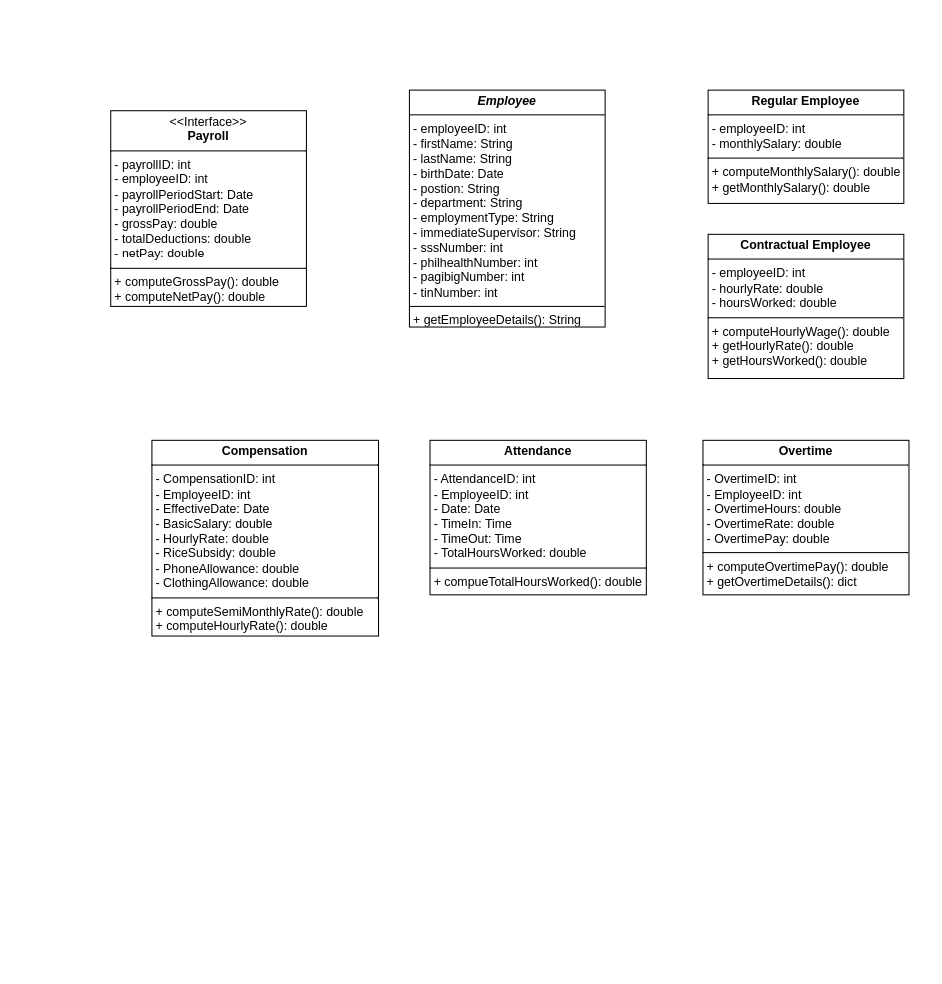
This is src/Untitled Diagram.drawio from rmanalaysay/Homework-4-Implementing-Abstraction-in-Java, a draw.io file, before an edit. Source tidied: cells renumbered, new cells numbered last; positions are measured from the earlier drawing's top-left corner, leaving out a move shared by most shapes. Both pictures are drawn from the tidied source at 103%, with x=0, y=0 at pixel (110, 90).
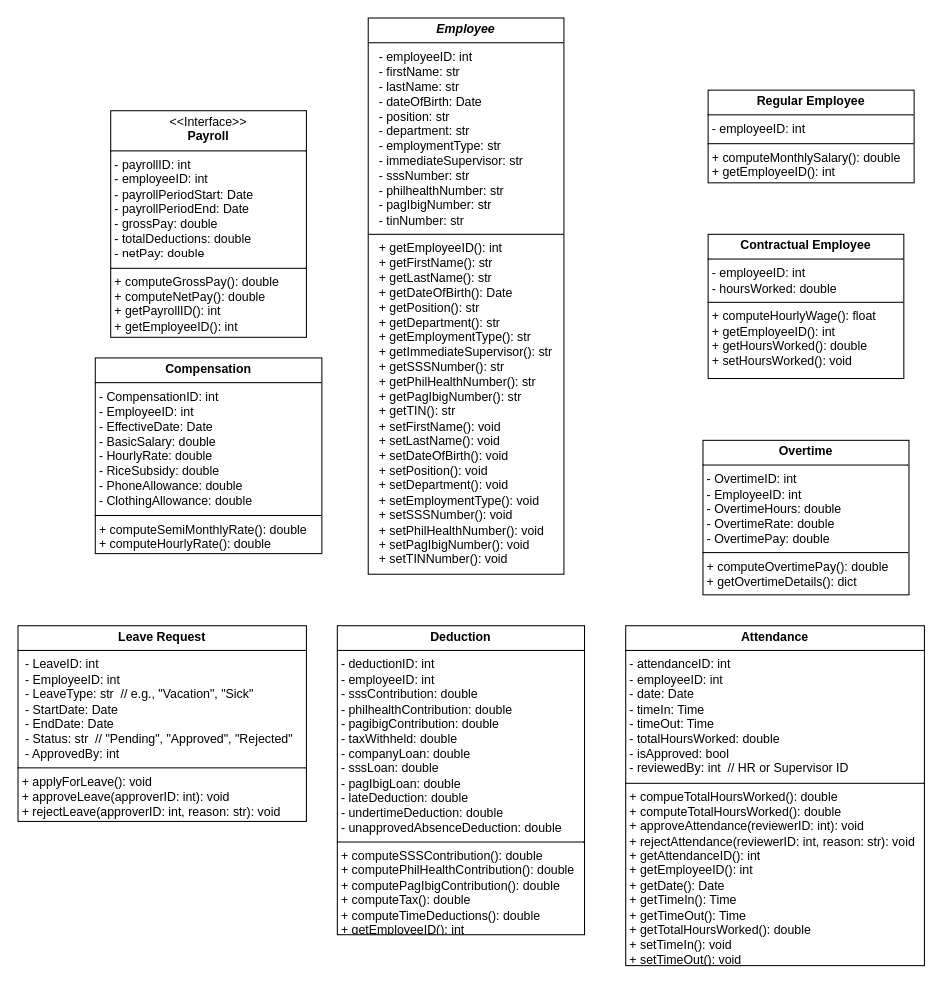
The same diagram, later.

What changed in the source:
```diff
@@
 <mxGraphModel>
   <root>
     <mxCell id="0" />
     <mxCell id="1" parent="0" />
-    <mxCell id="2" value="&lt;p style=&quot;margin:0px;margin-top:4px;text-align:center;&quot;&gt;&lt;b&gt;&lt;i&gt;Employee&lt;/i&gt;&lt;/b&gt;&lt;/p&gt;&lt;hr size=&quot;1&quot; style=&quot;border-style:solid;&quot;&gt;&lt;p style=&quot;margin:0px;margin-left:4px;&quot;&gt;- employeeID: int&lt;/p&gt;&lt;p style=&quot;margin:0px;margin-left:4px;&quot;&gt;- firstName: String&lt;/p&gt;&lt;p style=&quot;margin:0px;margin-left:4px;&quot;&gt;- lastName: String&lt;/p&gt;&lt;p style=&quot;margin:0px;margin-left:4px;&quot;&gt;- birthDate: Date&lt;/p&gt;&lt;p style=&quot;margin:0px;margin-left:4px;&quot;&gt;- postion: String&lt;/p&gt;&lt;p style=&quot;margin:0px;margin-left:4px;&quot;&gt;- department: String&lt;/p&gt;&lt;p style=&quot;margin:0px;margin-left:4px;&quot;&gt;- employmentType: String&amp;nbsp;&lt;/p&gt;&lt;p style=&quot;margin:0px;margin-left:4px;&quot;&gt;- immediateSupervisor: String&lt;/p&gt;&lt;p style=&quot;margin:0px;margin-left:4px;&quot;&gt;- sssNumber: int&lt;/p&gt;&lt;p style=&quot;margin:0px;margin-left:4px;&quot;&gt;- philhealthNumber: int&lt;/p&gt;&lt;p style=&quot;margin:0px;margin-left:4px;&quot;&gt;- pagibigNumber: int&lt;/p&gt;&lt;p style=&quot;margin:0px;margin-left:4px;&quot;&gt;- tinNumber: int&lt;/p&gt;&lt;hr size=&quot;1&quot; style=&quot;border-style:solid;&quot;&gt;&lt;p style=&quot;margin:0px;margin-left:4px;&quot;&gt;+ getEmployeeDetails(): String&lt;/p&gt;" style="verticalAlign=top;align=left;overflow=fill;html=1;whiteSpace=wrap;" parent="1" vertex="1">
-      <mxGeometry x="290" width="190" height="230" as="geometry" />
+    <mxCell id="2" value="&lt;p style=&quot;margin:0px;margin-top:4px;text-align:center;&quot;&gt;&lt;b&gt;&lt;i&gt;Employee&lt;/i&gt;&lt;/b&gt;&lt;/p&gt;&lt;hr size=&quot;1&quot; style=&quot;border-style:solid;&quot;&gt;&lt;p style=&quot;margin:0px;margin-left:4px;&quot;&gt;&amp;nbsp; - employeeID: int &amp;nbsp;&lt;/p&gt;&lt;p style=&quot;margin:0px;margin-left:4px;&quot;&gt;&amp;nbsp; - firstName: str &amp;nbsp;&lt;/p&gt;&lt;p style=&quot;margin:0px;margin-left:4px;&quot;&gt;&amp;nbsp; - lastName: str &amp;nbsp;&lt;/p&gt;&lt;p style=&quot;margin:0px;margin-left:4px;&quot;&gt;&amp;nbsp; - dateOfBirth: Date &amp;nbsp;&lt;/p&gt;&lt;p style=&quot;margin:0px;margin-left:4px;&quot;&gt;&amp;nbsp; - position: str &amp;nbsp;&lt;/p&gt;&lt;p style=&quot;margin:0px;margin-left:4px;&quot;&gt;&amp;nbsp; - department: str &amp;nbsp;&lt;/p&gt;&lt;p style=&quot;margin:0px;margin-left:4px;&quot;&gt;&amp;nbsp; - employmentType: str &amp;nbsp;&lt;/p&gt;&lt;p style=&quot;margin:0px;margin-left:4px;&quot;&gt;&amp;nbsp; - immedi&lt;span style=&quot;white-space: pre;&quot;&gt;ateSupervisor: str&lt;/span&gt;&lt;/p&gt;&lt;p style=&quot;margin:0px;margin-left:4px;&quot;&gt;&amp;nbsp; - sssNumber: str &amp;nbsp;&lt;/p&gt;&lt;p style=&quot;margin:0px;margin-left:4px;&quot;&gt;&amp;nbsp; - philhealthNumber: str &amp;nbsp;&lt;/p&gt;&lt;p style=&quot;margin:0px;margin-left:4px;&quot;&gt;&amp;nbsp; - pagIbigNumber: str &amp;nbsp;&lt;/p&gt;&lt;p style=&quot;margin:0px;margin-left:4px;&quot;&gt;&amp;nbsp; - tinNumber: str &amp;nbsp;&lt;/p&gt;&lt;hr size=&quot;1&quot; style=&quot;border-style:solid;&quot;&gt;&lt;p style=&quot;margin: 0px 0px 0px 4px;&quot;&gt;&amp;nbsp; + getEmployeeID(): int &amp;nbsp;&lt;br&gt;&lt;/p&gt;&lt;p style=&quot;margin: 0px 0px 0px 4px;&quot;&gt;&amp;nbsp; + getFirstName(): str &amp;nbsp;&lt;/p&gt;&lt;p style=&quot;margin: 0px 0px 0px 4px;&quot;&gt;&amp;nbsp; + getLastName(): str &amp;nbsp;&lt;/p&gt;&lt;p style=&quot;margin: 0px 0px 0px 4px;&quot;&gt;&amp;nbsp; + getDateOfBirth(): Date &amp;nbsp;&lt;/p&gt;&lt;p style=&quot;margin: 0px 0px 0px 4px;&quot;&gt;&amp;nbsp; + getPosition(): str &amp;nbsp;&lt;/p&gt;&lt;p style=&quot;margin: 0px 0px 0px 4px;&quot;&gt;&amp;nbsp; + getDepartment(): str &amp;nbsp;&lt;/p&gt;&lt;p style=&quot;margin: 0px 0px 0px 4px;&quot;&gt;&amp;nbsp; + getEmploymentType(): str&amp;nbsp;&lt;/p&gt;&lt;p style=&quot;margin: 0px 0px 0px 4px;&quot;&gt;&amp;nbsp; + getImmediateSupervisor(): str&amp;nbsp;&lt;/p&gt;&lt;p style=&quot;margin: 0px 0px 0px 4px;&quot;&gt;&amp;nbsp; + getSSSNumber(): str &amp;nbsp;&lt;/p&gt;&lt;p style=&quot;margin: 0px 0px 0px 4px;&quot;&gt;&amp;nbsp; + getPhilHealthNumber(): str &amp;nbsp;&lt;/p&gt;&lt;p style=&quot;margin: 0px 0px 0px 4px;&quot;&gt;&amp;nbsp; + getPagIbigNumber(): str &amp;nbsp;&lt;/p&gt;&lt;p style=&quot;margin: 0px 0px 0px 4px;&quot;&gt;&amp;nbsp; + getTIN(): str &amp;nbsp;&lt;/p&gt;&lt;p style=&quot;margin: 0px 0px 0px 4px;&quot;&gt;&amp;nbsp; + setFirstName(): void &amp;nbsp;&lt;/p&gt;&lt;p style=&quot;margin: 0px 0px 0px 4px;&quot;&gt;&amp;nbsp; + setLastName(): void &amp;nbsp;&lt;/p&gt;&lt;p style=&quot;margin: 0px 0px 0px 4px;&quot;&gt;&amp;nbsp; + setDateOfBirth(): void &amp;nbsp;&lt;/p&gt;&lt;p style=&quot;margin: 0px 0px 0px 4px;&quot;&gt;&amp;nbsp; + setPosition(): void &amp;nbsp;&lt;/p&gt;&lt;p style=&quot;margin: 0px 0px 0px 4px;&quot;&gt;&amp;nbsp; + setDepartment(): void &amp;nbsp;&lt;/p&gt;&lt;p style=&quot;margin: 0px 0px 0px 4px;&quot;&gt;&amp;nbsp; + setEmploymentType(): void &amp;nbsp;&lt;/p&gt;&lt;p style=&quot;margin: 0px 0px 0px 4px;&quot;&gt;&amp;nbsp; + setSSSNumber(): void &amp;nbsp;&lt;/p&gt;&lt;p style=&quot;margin: 0px 0px 0px 4px;&quot;&gt;&amp;nbsp; + setPhilHealthNumber(): void &amp;nbsp;&lt;/p&gt;&lt;p style=&quot;margin: 0px 0px 0px 4px;&quot;&gt;&amp;nbsp; + setPagIbigNumber(): void &amp;nbsp;&lt;/p&gt;&lt;p style=&quot;margin: 0px 0px 0px 4px;&quot;&gt;&amp;nbsp; + setTINNumber(): void&lt;/p&gt;" style="verticalAlign=top;align=left;overflow=fill;html=1;whiteSpace=wrap;" parent="1" vertex="1">
+      <mxGeometry x="250" y="-70" width="190" height="540" as="geometry" />
     </mxCell>
-    <mxCell id="3" value="&lt;p style=&quot;margin:0px;margin-top:4px;text-align:center;&quot;&gt;&amp;lt;&amp;lt;Interface&amp;gt;&amp;gt;&lt;br&gt;&lt;b&gt;Payroll&lt;/b&gt;&lt;/p&gt;&lt;hr size=&quot;1&quot; style=&quot;border-style:solid;&quot;&gt;&lt;p style=&quot;margin:0px;margin-left:4px;&quot;&gt;- payrollID: int&lt;br&gt;- employeeID: int&lt;/p&gt;&lt;p style=&quot;margin:0px;margin-left:4px;&quot;&gt;- payrollPeriodStart: Date&lt;/p&gt;&lt;p style=&quot;margin:0px;margin-left:4px;&quot;&gt;- payrollPeriodEnd: Date&lt;/p&gt;&lt;p style=&quot;margin:0px;margin-left:4px;&quot;&gt;- grossPay: double&lt;/p&gt;&lt;p style=&quot;margin:0px;margin-left:4px;&quot;&gt;- totalDeductions: double&lt;/p&gt;&lt;p style=&quot;margin:0px;margin-left:4px;&quot;&gt;- netPay: double&lt;/p&gt;&lt;hr size=&quot;1&quot; style=&quot;border-style:solid;&quot;&gt;&lt;p style=&quot;margin:0px;margin-left:4px;&quot;&gt;+ computeGrossPay(): double&lt;br&gt;+ computeNetPay(): double&lt;/p&gt;" style="verticalAlign=top;align=left;overflow=fill;html=1;whiteSpace=wrap;" parent="1" vertex="1">
-      <mxGeometry y="20" width="190" height="190" as="geometry" />
+    <mxCell id="3" value="&lt;p style=&quot;margin:0px;margin-top:4px;text-align:center;&quot;&gt;&amp;lt;&amp;lt;Interface&amp;gt;&amp;gt;&lt;br&gt;&lt;b&gt;Payroll&lt;/b&gt;&lt;/p&gt;&lt;hr size=&quot;1&quot; style=&quot;border-style:solid;&quot;&gt;&lt;p style=&quot;margin:0px;margin-left:4px;&quot;&gt;- payrollID: int&lt;br&gt;- employeeID: int&lt;/p&gt;&lt;p style=&quot;margin:0px;margin-left:4px;&quot;&gt;- payrollPeriodStart: Date&lt;/p&gt;&lt;p style=&quot;margin:0px;margin-left:4px;&quot;&gt;- payrollPeriodEnd: Date&lt;/p&gt;&lt;p style=&quot;margin:0px;margin-left:4px;&quot;&gt;- grossPay: double&lt;/p&gt;&lt;p style=&quot;margin:0px;margin-left:4px;&quot;&gt;- totalDeductions: double&lt;/p&gt;&lt;p style=&quot;margin:0px;margin-left:4px;&quot;&gt;- netPay: double&lt;/p&gt;&lt;hr size=&quot;1&quot; style=&quot;border-style:solid;&quot;&gt;&lt;p style=&quot;margin:0px;margin-left:4px;&quot;&gt;+ computeGrossPay(): double&lt;br&gt;+ computeNetPay(): double&lt;/p&gt;&lt;p style=&quot;margin:0px;margin-left:4px;&quot;&gt;+ getPayrollID(): int &amp;nbsp;&lt;/p&gt;&lt;p style=&quot;margin:0px;margin-left:4px;&quot;&gt;+ getEmployeeID(): int &amp;nbsp;&lt;/p&gt;" style="verticalAlign=top;align=left;overflow=fill;html=1;whiteSpace=wrap;" parent="1" vertex="1">
+      <mxGeometry y="20" width="190" height="220" as="geometry" />
     </mxCell>
-    <mxCell id="4" value="&lt;p style=&quot;margin:0px;margin-top:4px;text-align:center;&quot;&gt;&lt;b&gt;Regular Employee&lt;/b&gt;&lt;/p&gt;&lt;hr size=&quot;1&quot; style=&quot;border-style:solid;&quot;&gt;&lt;p style=&quot;margin:0px;margin-left:4px;&quot;&gt;- employeeID: int&lt;/p&gt;&lt;p style=&quot;margin:0px;margin-left:4px;&quot;&gt;- monthlySalary: double&lt;/p&gt;&lt;hr size=&quot;1&quot; style=&quot;border-style:solid;&quot;&gt;&lt;p style=&quot;margin:0px;margin-left:4px;&quot;&gt;+ computeMonthlySalary(): double&lt;/p&gt;&lt;p style=&quot;margin:0px;margin-left:4px;&quot;&gt;+ getMonthlySalary(): double&lt;/p&gt;&lt;p style=&quot;margin:0px;margin-left:4px;&quot;&gt;&lt;br&gt;&lt;/p&gt;" style="verticalAlign=top;align=left;overflow=fill;html=1;whiteSpace=wrap;" parent="1" vertex="1">
-      <mxGeometry x="580" width="190" height="110" as="geometry" />
+    <mxCell id="4" value="&lt;p style=&quot;margin:0px;margin-top:4px;text-align:center;&quot;&gt;&lt;b&gt;Regular Employee&lt;/b&gt;&lt;/p&gt;&lt;hr size=&quot;1&quot; style=&quot;border-style:solid;&quot;&gt;&lt;p style=&quot;margin:0px;margin-left:4px;&quot;&gt;- employeeID: int&lt;/p&gt;&lt;hr size=&quot;1&quot; style=&quot;border-style:solid;&quot;&gt;&lt;p style=&quot;margin:0px;margin-left:4px;&quot;&gt;+ computeMonthlySalary(): double &amp;nbsp;&lt;/p&gt;&lt;p style=&quot;margin:0px;margin-left:4px;&quot;&gt;+ getEmployeeID(): int&lt;/p&gt;&lt;p style=&quot;margin:0px;margin-left:4px;&quot;&gt;&lt;br&gt;&lt;/p&gt;" style="verticalAlign=top;align=left;overflow=fill;html=1;whiteSpace=wrap;" parent="1" vertex="1">
+      <mxGeometry x="580" width="200" height="90" as="geometry" />
     </mxCell>
-    <mxCell id="5" value="&lt;p style=&quot;margin:0px;margin-top:4px;text-align:center;&quot;&gt;&lt;b&gt;Contractual Employee&lt;/b&gt;&lt;/p&gt;&lt;hr size=&quot;1&quot; style=&quot;border-style:solid;&quot;&gt;&lt;p style=&quot;margin:0px;margin-left:4px;&quot;&gt;- employeeID: int&lt;/p&gt;&lt;p style=&quot;margin:0px;margin-left:4px;&quot;&gt;- hourlyRate: double&lt;/p&gt;&lt;p style=&quot;margin:0px;margin-left:4px;&quot;&gt;- hoursWorked: double&lt;/p&gt;&lt;hr size=&quot;1&quot; style=&quot;border-style:solid;&quot;&gt;&lt;p style=&quot;margin:0px;margin-left:4px;&quot;&gt;+ computeHourlyWage(): double&lt;/p&gt;&lt;p style=&quot;margin:0px;margin-left:4px;&quot;&gt;+ getHourlyRate(): double&lt;/p&gt;&lt;p style=&quot;margin:0px;margin-left:4px;&quot;&gt;+ getHoursWorked(): double&lt;/p&gt;&lt;p style=&quot;margin:0px;margin-left:4px;&quot;&gt;&lt;br&gt;&lt;/p&gt;" style="verticalAlign=top;align=left;overflow=fill;html=1;whiteSpace=wrap;" parent="1" vertex="1">
+    <mxCell id="5" value="&lt;p style=&quot;margin:0px;margin-top:4px;text-align:center;&quot;&gt;&lt;b&gt;Contractual Employee&lt;/b&gt;&lt;/p&gt;&lt;hr size=&quot;1&quot; style=&quot;border-style:solid;&quot;&gt;&lt;p style=&quot;margin:0px;margin-left:4px;&quot;&gt;- employeeID: int&lt;/p&gt;&lt;p style=&quot;margin:0px;margin-left:4px;&quot;&gt;- hoursWorked: double&lt;br&gt;&lt;/p&gt;&lt;hr size=&quot;1&quot; style=&quot;border-style:solid;&quot;&gt;&lt;p style=&quot;margin:0px;margin-left:4px;&quot;&gt;+ computeHourlyWage(): float &amp;nbsp;&lt;/p&gt;&lt;p style=&quot;margin:0px;margin-left:4px;&quot;&gt;+ getEmployeeID(): int&lt;/p&gt;&lt;p style=&quot;margin:0px;margin-left:4px;&quot;&gt;+ getHoursWorked(): double&lt;br&gt;&lt;/p&gt;&lt;p style=&quot;margin:0px;margin-left:4px;&quot;&gt;+ setHoursWorked(): void&lt;/p&gt;&lt;p style=&quot;margin:0px;margin-left:4px;&quot;&gt;&lt;br&gt;&lt;/p&gt;" style="verticalAlign=top;align=left;overflow=fill;html=1;whiteSpace=wrap;" parent="1" vertex="1">
       <mxGeometry x="580" y="140" width="190" height="140" as="geometry" />
     </mxCell>
     <mxCell id="6" value="&lt;p style=&quot;margin:0px;margin-top:4px;text-align:center;&quot;&gt;&lt;b&gt;Compensation&lt;/b&gt;&lt;/p&gt;&lt;hr size=&quot;1&quot; style=&quot;border-style:solid;&quot;&gt;&lt;p style=&quot;margin:0px;margin-left:4px;&quot;&gt;- CompensationID: int &amp;nbsp;&lt;/p&gt;&lt;p style=&quot;margin:0px;margin-left:4px;&quot;&gt;- EmployeeID: int &amp;nbsp;&lt;/p&gt;&lt;p style=&quot;margin:0px;margin-left:4px;&quot;&gt;- EffectiveDate: Date &amp;nbsp;&lt;/p&gt;&lt;p style=&quot;margin:0px;margin-left:4px;&quot;&gt;- BasicSalary: double &amp;nbsp;&lt;/p&gt;&lt;p style=&quot;margin:0px;margin-left:4px;&quot;&gt;- HourlyRate: double &amp;nbsp;&lt;/p&gt;&lt;p style=&quot;margin:0px;margin-left:4px;&quot;&gt;- RiceSubsidy: double &amp;nbsp;&lt;/p&gt;&lt;p style=&quot;margin:0px;margin-left:4px;&quot;&gt;- PhoneAllowance: double &amp;nbsp;&lt;/p&gt;&lt;p style=&quot;margin:0px;margin-left:4px;&quot;&gt;- ClothingAllowance: double&lt;/p&gt;&lt;hr size=&quot;1&quot; style=&quot;border-style:solid;&quot;&gt;&lt;p style=&quot;margin:0px;margin-left:4px;&quot;&gt;+ computeSemiMonthlyRate(): double &amp;nbsp;&lt;/p&gt;&lt;p style=&quot;margin:0px;margin-left:4px;&quot;&gt;+ computeHourlyRate(): double &amp;nbsp;&lt;/p&gt;" style="verticalAlign=top;align=left;overflow=fill;html=1;whiteSpace=wrap;" parent="1" vertex="1">
-      <mxGeometry x="40" y="340" width="220" height="190" as="geometry" />
+      <mxGeometry x="-15" y="260" width="220" height="190" as="geometry" />
     </mxCell>
     <mxCell id="7" style="edgeStyle=orthogonalEdgeStyle;rounded=0;orthogonalLoop=1;jettySize=auto;html=1;exitX=0.5;exitY=1;exitDx=0;exitDy=0;" parent="1" edge="1" source="6" target="6">
       <mxGeometry relative="1" as="geometry" />
     </mxCell>
     <mxCell id="8" value="&lt;p style=&quot;margin:0px;margin-top:4px;text-align:center;&quot;&gt;&lt;b&gt;Overtime&lt;/b&gt;&lt;/p&gt;&lt;hr size=&quot;1&quot; style=&quot;border-style:solid;&quot;&gt;&lt;p style=&quot;margin:0px;margin-left:4px;&quot;&gt;- OvertimeID: int &amp;nbsp;&lt;/p&gt;&lt;p style=&quot;margin:0px;margin-left:4px;&quot;&gt;- EmployeeID: int &amp;nbsp;&lt;/p&gt;&lt;p style=&quot;margin:0px;margin-left:4px;&quot;&gt;- OvertimeHours: double &amp;nbsp;&lt;/p&gt;&lt;p style=&quot;margin:0px;margin-left:4px;&quot;&gt;- OvertimeRate: double &amp;nbsp;&lt;/p&gt;&lt;p style=&quot;margin:0px;margin-left:4px;&quot;&gt;- OvertimePay: double&lt;/p&gt;&lt;hr size=&quot;1&quot; style=&quot;border-style:solid;&quot;&gt;&lt;p style=&quot;margin:0px;margin-left:4px;&quot;&gt;+ computeOvertimePay(): double&lt;/p&gt;&lt;p style=&quot;margin:0px;margin-left:4px;&quot;&gt;+ getOvertimeDetails(): dict&amp;nbsp;&lt;/p&gt;" style="verticalAlign=top;align=left;overflow=fill;html=1;whiteSpace=wrap;" parent="1" vertex="1">
       <mxGeometry x="575" y="340" width="200" height="150" as="geometry" />
     </mxCell>
-    <mxCell id="9" value="&lt;p style=&quot;margin:0px;margin-top:4px;text-align:center;&quot;&gt;&lt;b&gt;Attendance&lt;/b&gt;&lt;/p&gt;&lt;hr size=&quot;1&quot; style=&quot;border-style:solid;&quot;&gt;&lt;p style=&quot;margin:0px;margin-left:4px;&quot;&gt;- AttendanceID: int &amp;nbsp;&lt;/p&gt;&lt;p style=&quot;margin:0px;margin-left:4px;&quot;&gt;- EmployeeID: int &amp;nbsp;&lt;/p&gt;&lt;p style=&quot;margin:0px;margin-left:4px;&quot;&gt;- Date: Date &amp;nbsp;&lt;/p&gt;&lt;p style=&quot;margin:0px;margin-left:4px;&quot;&gt;- TimeIn: Time &amp;nbsp;&lt;/p&gt;&lt;p style=&quot;margin:0px;margin-left:4px;&quot;&gt;- TimeOut: Time &amp;nbsp;&lt;/p&gt;&lt;p style=&quot;margin:0px;margin-left:4px;&quot;&gt;- TotalHoursWorked: double&amp;nbsp;&lt;/p&gt;&lt;hr size=&quot;1&quot; style=&quot;border-style:solid;&quot;&gt;&lt;p style=&quot;margin:0px;margin-left:4px;&quot;&gt;+ compueTotalHoursWorked(): double&lt;/p&gt;" style="verticalAlign=top;align=left;overflow=fill;html=1;whiteSpace=wrap;" parent="1" vertex="1">
-      <mxGeometry x="310" y="340" width="210" height="150" as="geometry" />
+    <mxCell id="9" value="&lt;p style=&quot;margin:0px;margin-top:4px;text-align:center;&quot;&gt;&lt;b&gt;Attendance&lt;/b&gt;&lt;/p&gt;&lt;hr size=&quot;1&quot; style=&quot;border-style:solid;&quot;&gt;&lt;p style=&quot;margin:0px;margin-left:4px;&quot;&gt;- attendanceID: int &amp;nbsp;&lt;/p&gt;&lt;p style=&quot;margin:0px;margin-left:4px;&quot;&gt;- employeeID: int &amp;nbsp;&lt;/p&gt;&lt;p style=&quot;margin:0px;margin-left:4px;&quot;&gt;- date: Date &amp;nbsp;&lt;/p&gt;&lt;p style=&quot;margin:0px;margin-left:4px;&quot;&gt;- timeIn: Time &amp;nbsp;&lt;/p&gt;&lt;p style=&quot;margin:0px;margin-left:4px;&quot;&gt;- timeOut: Time &amp;nbsp;&lt;/p&gt;&lt;p style=&quot;margin:0px;margin-left:4px;&quot;&gt;- totalHoursWorked: double&amp;nbsp;&lt;/p&gt;&lt;p style=&quot;margin:0px;margin-left:4px;&quot;&gt;- isApproved: bool &amp;nbsp;&lt;/p&gt;&lt;p style=&quot;margin:0px;margin-left:4px;&quot;&gt;- reviewedBy: int &amp;nbsp;// HR or Supervisor ID&lt;/p&gt;&lt;hr size=&quot;1&quot; style=&quot;border-style:solid;&quot;&gt;&lt;p style=&quot;margin:0px;margin-left:4px;&quot;&gt;+ compueTotalHoursWorked(): double&lt;/p&gt;&lt;p style=&quot;margin:0px;margin-left:4px;&quot;&gt;+ computeTotalHoursWorked(): double &amp;nbsp;&lt;/p&gt;&lt;p style=&quot;margin:0px;margin-left:4px;&quot;&gt;+ approveAttendance(reviewerID: int): void &amp;nbsp;&lt;/p&gt;&lt;p style=&quot;margin:0px;margin-left:4px;&quot;&gt;+ rejectAttendance(reviewerID: int, reason: str): void &amp;nbsp;&lt;/p&gt;&lt;p style=&quot;margin:0px;margin-left:4px;&quot;&gt;+ getAttendanceID(): int &amp;nbsp;&lt;/p&gt;&lt;p style=&quot;margin:0px;margin-left:4px;&quot;&gt;+ getEmployeeID(): int &amp;nbsp;&lt;/p&gt;&lt;p style=&quot;margin:0px;margin-left:4px;&quot;&gt;+ getDate(): Date &amp;nbsp;&lt;/p&gt;&lt;p style=&quot;margin:0px;margin-left:4px;&quot;&gt;+ getTimeIn(): Time &amp;nbsp;&lt;/p&gt;&lt;p style=&quot;margin:0px;margin-left:4px;&quot;&gt;+ getTimeOut(): Time &amp;nbsp;&lt;/p&gt;&lt;p style=&quot;margin:0px;margin-left:4px;&quot;&gt;+ getTotalHoursWorked(): double &amp;nbsp;&lt;/p&gt;&lt;p style=&quot;margin:0px;margin-left:4px;&quot;&gt;+ setTimeIn(): void &amp;nbsp;&lt;/p&gt;&lt;p style=&quot;margin:0px;margin-left:4px;&quot;&gt;+ setTimeOut(): void &amp;nbsp;&lt;/p&gt;" style="verticalAlign=top;align=left;overflow=fill;html=1;whiteSpace=wrap;" parent="1" vertex="1">
+      <mxGeometry x="500" y="520" width="290" height="330" as="geometry" />
     </mxCell>
+    <mxCell id="10" value="&lt;p style=&quot;margin:0px;margin-top:4px;text-align:center;&quot;&gt;&lt;b&gt;Deduction&lt;/b&gt;&lt;/p&gt;&lt;hr size=&quot;1&quot; style=&quot;border-style:solid;&quot;&gt;&lt;p style=&quot;margin:0px;margin-left:4px;&quot;&gt;- deductionID: int &amp;nbsp;&lt;/p&gt;&lt;p style=&quot;margin:0px;margin-left:4px;&quot;&gt;- employeeID: int &amp;nbsp;&lt;/p&gt;&lt;p style=&quot;margin:0px;margin-left:4px;&quot;&gt;- sssContribution: double &amp;nbsp;&lt;/p&gt;&lt;p style=&quot;margin:0px;margin-left:4px;&quot;&gt;- philhealthContribution: double &amp;nbsp;&lt;/p&gt;&lt;p style=&quot;margin:0px;margin-left:4px;&quot;&gt;- pagibigContribution: double &amp;nbsp;&lt;/p&gt;&lt;p style=&quot;margin:0px;margin-left:4px;&quot;&gt;- taxWithheld: double &amp;nbsp;&lt;/p&gt;&lt;p style=&quot;margin:0px;margin-left:4px;&quot;&gt;- companyLoan: double &amp;nbsp;&lt;/p&gt;&lt;p style=&quot;margin:0px;margin-left:4px;&quot;&gt;- sssLoan: double &amp;nbsp;&lt;/p&gt;&lt;p style=&quot;margin:0px;margin-left:4px;&quot;&gt;- pagIbigLoan: double &amp;nbsp;&lt;/p&gt;&lt;p style=&quot;margin:0px;margin-left:4px;&quot;&gt;- lateDeduction: double &amp;nbsp;&lt;/p&gt;&lt;p style=&quot;margin:0px;margin-left:4px;&quot;&gt;- undertimeDeduction: double &amp;nbsp;&lt;/p&gt;&lt;p style=&quot;margin:0px;margin-left:4px;&quot;&gt;- unapprovedAbsenceDeduction: double&amp;nbsp;&lt;/p&gt;&lt;hr size=&quot;1&quot; style=&quot;border-style:solid;&quot;&gt;&lt;p style=&quot;margin:0px;margin-left:4px;&quot;&gt;+ computeSSSContribution(): double &amp;nbsp;&lt;/p&gt;&lt;p style=&quot;margin:0px;margin-left:4px;&quot;&gt;+ computePhilHealthContribution(): double&amp;nbsp;&lt;/p&gt;&lt;p style=&quot;margin:0px;margin-left:4px;&quot;&gt;+ computePagIbigContribution(): double &amp;nbsp;&lt;/p&gt;&lt;p style=&quot;margin:0px;margin-left:4px;&quot;&gt;+ computeTax(): double &amp;nbsp;&lt;/p&gt;&lt;p style=&quot;margin:0px;margin-left:4px;&quot;&gt;+ computeTimeDeductions(): double &amp;nbsp;&lt;/p&gt;&lt;p style=&quot;margin:0px;margin-left:4px;&quot;&gt;+ getEmployeeID(): int &amp;nbsp;&lt;/p&gt;" style="verticalAlign=top;align=left;overflow=fill;html=1;whiteSpace=wrap;" parent="1" vertex="1">
+      <mxGeometry x="220" y="520" width="240" height="300" as="geometry" />
+    </mxCell>
+    <mxCell id="11" value="&lt;p style=&quot;margin:0px;margin-top:4px;text-align:center;&quot;&gt;&lt;b&gt;Leave Request&lt;/b&gt;&lt;/p&gt;&lt;hr size=&quot;1&quot; style=&quot;border-style:solid;&quot;&gt;&lt;p style=&quot;margin:0px;margin-left:4px;&quot;&gt;&amp;nbsp;- LeaveID: int &amp;nbsp;&lt;br&gt;&lt;/p&gt;&lt;p style=&quot;margin:0px;margin-left:4px;&quot;&gt;&amp;nbsp;- EmployeeID: int &amp;nbsp;&lt;/p&gt;&lt;p style=&quot;margin:0px;margin-left:4px;&quot;&gt;&amp;nbsp;- LeaveType: str &amp;nbsp;// e.g., &quot;Vacation&quot;, &quot;Sick&quot; &amp;nbsp;&lt;/p&gt;&lt;p style=&quot;margin:0px;margin-left:4px;&quot;&gt;&amp;nbsp;- StartDate: Date &amp;nbsp;&lt;/p&gt;&lt;p style=&quot;margin:0px;margin-left:4px;&quot;&gt;&amp;nbsp;- EndDate: Date &amp;nbsp;&lt;/p&gt;&lt;p style=&quot;margin:0px;margin-left:4px;&quot;&gt;&amp;nbsp;- Status: str &amp;nbsp;// &quot;Pending&quot;, &quot;Approved&quot;, &quot;Rejected&quot; &amp;nbsp;&lt;/p&gt;&lt;p style=&quot;margin:0px;margin-left:4px;&quot;&gt;&amp;nbsp;- ApprovedBy: int &amp;nbsp;&lt;/p&gt;&lt;hr size=&quot;1&quot; style=&quot;border-style:solid;&quot;&gt;&lt;p style=&quot;margin:0px;margin-left:4px;&quot;&gt;+ applyForLeave(): void &amp;nbsp;&lt;/p&gt;&lt;p style=&quot;margin: 0px 0px 0px 4px;&quot;&gt;+ approveLeave(approverID: int): void &amp;nbsp;&lt;/p&gt;&lt;p style=&quot;margin: 0px 0px 0px 4px;&quot;&gt;+ rejectLeave(approverID: int, reason: str): void&lt;/p&gt;" style="verticalAlign=top;align=left;overflow=fill;html=1;whiteSpace=wrap;" parent="1" vertex="1">
+      <mxGeometry x="-90" y="520" width="280" height="190" as="geometry" />
+    </mxCell>
   </root>
 </mxGraphModel>
```
